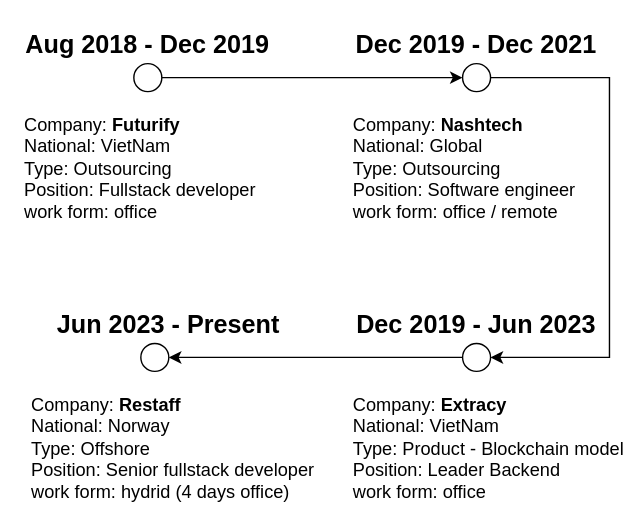
This is src/vertical-work.svg from tranvukietk15/react-portfolio, a draw.io export, as it was before one commit. Source tidied: cells renumbered, new cells last; positions are measured from the earlier drawing's top-left corner, leaving out a move shared by most shapes. The source it was exported from:
```xml
<mxGraphModel>
  <root>
    <mxCell id="0" />
    <mxCell id="1" parent="0" />
    <mxCell id="2" style="edgeStyle=orthogonalEdgeStyle;rounded=0;jettySize=auto;html=1;entryX=0;entryY=0.5;entryDx=0;entryDy=0;" parent="1" edge="1" source="3" target="5">
      <mxGeometry relative="1" as="geometry" />
    </mxCell>
    <mxCell id="3" style="ellipse;whiteSpace=wrap;html=1;" parent="1" vertex="1">
      <mxGeometry x="95" y="30" width="20" height="20" as="geometry" />
    </mxCell>
    <mxCell id="4" style="rounded=0;jettySize=auto;html=1;entryX=1;entryY=0.5;entryDx=0;entryDy=0;" parent="1" edge="1" source="5" target="11">
      <mxGeometry relative="1" as="geometry">
        <Array as="points">
          <mxPoint x="435" y="40" />
          <mxPoint x="435" y="240" />
        </Array>
      </mxGeometry>
    </mxCell>
    <mxCell id="5" style="ellipse;whiteSpace=wrap;html=1;" parent="1" vertex="1">
      <mxGeometry x="330" y="30" width="20" height="20" as="geometry" />
    </mxCell>
    <mxCell id="6" value="&lt;h1 style=&quot;border-color: var(--border-color); text-align: left;&quot;&gt;&lt;font style=&quot;border-color: var(--border-color); font-size: 18px;&quot;&gt;Aug 2018 - Dec 2019&lt;/font&gt;&lt;/h1&gt;" style="text;html=1;strokeColor=none;fillColor=none;align=center;verticalAlign=middle;whiteSpace=wrap;rounded=0;" parent="1" vertex="1">
      <mxGeometry width="210" height="30" as="geometry" />
    </mxCell>
    <mxCell id="7" value="&lt;h1 style=&quot;border-color: var(--border-color); text-align: left;&quot;&gt;&lt;font style=&quot;border-color: var(--border-color); font-size: 18px;&quot;&gt;Dec 2019 - Dec 2021&lt;/font&gt;&lt;/h1&gt;" style="text;html=1;strokeColor=none;fillColor=none;align=center;verticalAlign=middle;whiteSpace=wrap;rounded=0;" parent="1" vertex="1">
      <mxGeometry x="235" width="210" height="30" as="geometry" />
    </mxCell>
    <mxCell id="8" value="&lt;font style=&quot;font-size: 13px;&quot;&gt;&lt;font style=&quot;border-color: var(--border-color); font-size: 13px;&quot;&gt;Company:&amp;nbsp;&lt;b style=&quot;border-color: var(--border-color);&quot;&gt;Futurify&lt;br&gt;&lt;/b&gt;&lt;/font&gt;National: VietNam&lt;br style=&quot;border-color: var(--border-color);&quot;&gt;Type: Outsourcing&lt;br style=&quot;border-color: var(--border-color);&quot;&gt;Position:&amp;nbsp;Fullstack developer&lt;br style=&quot;border-color: var(--border-color);&quot;&gt;&lt;/font&gt;&lt;div style=&quot;font-size: 13px;&quot;&gt;&lt;span style=&quot;background-color: initial;&quot;&gt;&lt;font style=&quot;font-size: 13px;&quot;&gt;work form: office&lt;/font&gt;&lt;/span&gt;&lt;/div&gt;" style="text;html=1;strokeColor=none;fillColor=none;align=left;verticalAlign=middle;whiteSpace=wrap;rounded=0;" parent="1" vertex="1">
      <mxGeometry x="15" y="60" width="180" height="90" as="geometry" />
    </mxCell>
    <mxCell id="9" value="&lt;font style=&quot;font-size: 13px;&quot;&gt;&lt;font style=&quot;border-color: var(--border-color); font-size: 13px;&quot;&gt;Company:&amp;nbsp;&lt;b style=&quot;border-color: var(--border-color);&quot;&gt;Nashtech&lt;br&gt;&lt;/b&gt;&lt;/font&gt;National: Global&lt;br style=&quot;border-color: var(--border-color);&quot;&gt;Type: Outsourcing&lt;br style=&quot;border-color: var(--border-color);&quot;&gt;Position:&amp;nbsp;Software engineer&lt;br style=&quot;border-color: var(--border-color);&quot;&gt;&lt;/font&gt;&lt;div style=&quot;font-size: 13px;&quot;&gt;&lt;span style=&quot;background-color: initial;&quot;&gt;&lt;font style=&quot;font-size: 13px;&quot;&gt;work form: office / remote&lt;/font&gt;&lt;/span&gt;&lt;/div&gt;" style="text;html=1;strokeColor=none;fillColor=none;align=left;verticalAlign=middle;whiteSpace=wrap;rounded=0;" parent="1" vertex="1">
      <mxGeometry x="250" y="60" width="180" height="90" as="geometry" />
    </mxCell>
    <mxCell id="10" style="rounded=0;jettySize=auto;html=1;entryX=1;entryY=0.5;entryDx=0;entryDy=0;" parent="1" edge="1" source="11" target="14">
      <mxGeometry relative="1" as="geometry" />
    </mxCell>
    <mxCell id="11" style="ellipse;whiteSpace=wrap;html=1;" parent="1" vertex="1">
      <mxGeometry x="330" y="230" width="20" height="20" as="geometry" />
    </mxCell>
    <mxCell id="12" value="&lt;h1 style=&quot;border-color: var(--border-color); text-align: left;&quot;&gt;&lt;font style=&quot;border-color: var(--border-color); font-size: 18px;&quot;&gt;Dec 2019 - Jun 2023&lt;/font&gt;&lt;/h1&gt;" style="text;html=1;strokeColor=none;fillColor=none;align=center;verticalAlign=middle;whiteSpace=wrap;rounded=0;" parent="1" vertex="1">
      <mxGeometry x="235" y="200" width="210" height="30" as="geometry" />
    </mxCell>
    <mxCell id="13" value="&lt;font style=&quot;font-size: 13px;&quot;&gt;&lt;font style=&quot;border-color: var(--border-color); font-size: 13px;&quot;&gt;Company:&amp;nbsp;&lt;b style=&quot;border-color: var(--border-color);&quot;&gt;Extracy&lt;br&gt;&lt;/b&gt;&lt;/font&gt;National: VietNam&lt;br style=&quot;border-color: var(--border-color);&quot;&gt;Type: Product - Blockchain model&lt;br style=&quot;border-color: var(--border-color);&quot;&gt;Position:&amp;nbsp;Leader Backend&lt;br style=&quot;border-color: var(--border-color);&quot;&gt;&lt;/font&gt;&lt;div style=&quot;font-size: 13px;&quot;&gt;&lt;span style=&quot;background-color: initial;&quot;&gt;&lt;font style=&quot;font-size: 13px;&quot;&gt;work form: office&lt;/font&gt;&lt;/span&gt;&lt;/div&gt;" style="text;html=1;strokeColor=none;fillColor=none;align=left;verticalAlign=middle;whiteSpace=wrap;rounded=0;" parent="1" vertex="1">
      <mxGeometry x="250" y="260" width="205" height="90" as="geometry" />
    </mxCell>
    <mxCell id="14" style="ellipse;whiteSpace=wrap;html=1;" parent="1" vertex="1">
      <mxGeometry x="100" y="230" width="20" height="20" as="geometry" />
    </mxCell>
    <mxCell id="15" value="&lt;h1 style=&quot;border-color: var(--border-color); text-align: left;&quot;&gt;&lt;font style=&quot;border-color: var(--border-color); font-size: 18px;&quot;&gt;Jun 2023 - Present&lt;/font&gt;&lt;/h1&gt;" style="text;html=1;strokeColor=none;fillColor=none;align=center;verticalAlign=middle;whiteSpace=wrap;rounded=0;" parent="1" vertex="1">
      <mxGeometry x="15" y="200" width="210" height="30" as="geometry" />
    </mxCell>
    <mxCell id="16" value="&lt;font style=&quot;font-size: 13px;&quot;&gt;&lt;font style=&quot;border-color: var(--border-color); font-size: 13px;&quot;&gt;Company:&amp;nbsp;&lt;b style=&quot;border-color: var(--border-color);&quot;&gt;Restaff&lt;br&gt;&lt;/b&gt;&lt;/font&gt;National: Norway&lt;br style=&quot;border-color: var(--border-color);&quot;&gt;Type: Offshore&lt;br style=&quot;border-color: var(--border-color);&quot;&gt;Position:&amp;nbsp;Senior fullstack developer&lt;br style=&quot;border-color: var(--border-color);&quot;&gt;&lt;/font&gt;&lt;div style=&quot;font-size: 13px;&quot;&gt;&lt;span style=&quot;background-color: initial;&quot;&gt;&lt;font style=&quot;font-size: 13px;&quot;&gt;work form: hydrid (4 days office)&lt;/font&gt;&lt;/span&gt;&lt;/div&gt;" style="text;html=1;strokeColor=none;fillColor=none;align=left;verticalAlign=middle;whiteSpace=wrap;rounded=0;" parent="1" vertex="1">
      <mxGeometry x="20" y="260" width="210" height="90" as="geometry" />
    </mxCell>
  </root>
</mxGraphModel>
```
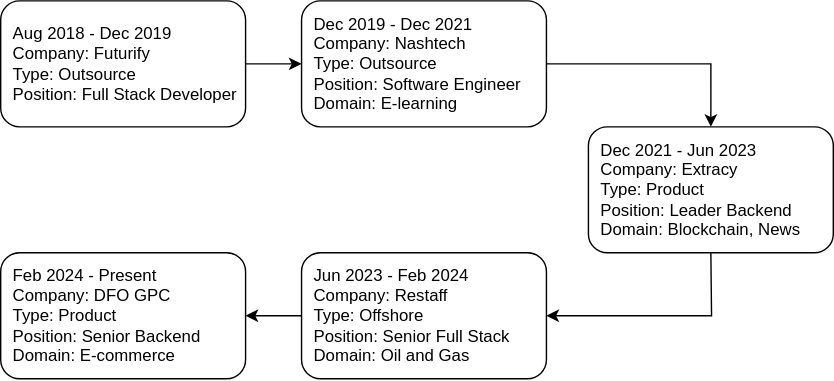
The same diagram one commit later.

The edit, as a diff of the source:
```diff
@@ -2,55 +2,36 @@
   <root>
     <mxCell id="0" />
     <mxCell id="1" parent="0" />
-    <mxCell id="2" style="edgeStyle=orthogonalEdgeStyle;rounded=0;jettySize=auto;html=1;entryX=0;entryY=0.5;entryDx=0;entryDy=0;" parent="1" edge="1" source="3" target="5">
-      <mxGeometry relative="1" as="geometry" />
-    </mxCell>
-    <mxCell id="3" style="ellipse;whiteSpace=wrap;html=1;" parent="1" vertex="1">
-      <mxGeometry x="95" y="30" width="20" height="20" as="geometry" />
-    </mxCell>
-    <mxCell id="4" style="rounded=0;jettySize=auto;html=1;entryX=1;entryY=0.5;entryDx=0;entryDy=0;" parent="1" edge="1" source="5" target="11">
-      <mxGeometry relative="1" as="geometry">
-        <Array as="points">
-          <mxPoint x="435" y="40" />
-          <mxPoint x="435" y="240" />
-        </Array>
-      </mxGeometry>
-    </mxCell>
-    <mxCell id="5" style="ellipse;whiteSpace=wrap;html=1;" parent="1" vertex="1">
-      <mxGeometry x="330" y="30" width="20" height="20" as="geometry" />
-    </mxCell>
-    <mxCell id="6" value="&lt;h1 style=&quot;border-color: var(--border-color); text-align: left;&quot;&gt;&lt;font style=&quot;border-color: var(--border-color); font-size: 18px;&quot;&gt;Aug 2018 - Dec 2019&lt;/font&gt;&lt;/h1&gt;" style="text;html=1;strokeColor=none;fillColor=none;align=center;verticalAlign=middle;whiteSpace=wrap;rounded=0;" parent="1" vertex="1">
-      <mxGeometry width="210" height="30" as="geometry" />
-    </mxCell>
-    <mxCell id="7" value="&lt;h1 style=&quot;border-color: var(--border-color); text-align: left;&quot;&gt;&lt;font style=&quot;border-color: var(--border-color); font-size: 18px;&quot;&gt;Dec 2019 - Dec 2021&lt;/font&gt;&lt;/h1&gt;" style="text;html=1;strokeColor=none;fillColor=none;align=center;verticalAlign=middle;whiteSpace=wrap;rounded=0;" parent="1" vertex="1">
-      <mxGeometry x="235" width="210" height="30" as="geometry" />
-    </mxCell>
-    <mxCell id="8" value="&lt;font style=&quot;font-size: 13px;&quot;&gt;&lt;font style=&quot;border-color: var(--border-color); font-size: 13px;&quot;&gt;Company:&amp;nbsp;&lt;b style=&quot;border-color: var(--border-color);&quot;&gt;Futurify&lt;br&gt;&lt;/b&gt;&lt;/font&gt;National: VietNam&lt;br style=&quot;border-color: var(--border-color);&quot;&gt;Type: Outsourcing&lt;br style=&quot;border-color: var(--border-color);&quot;&gt;Position:&amp;nbsp;Fullstack developer&lt;br style=&quot;border-color: var(--border-color);&quot;&gt;&lt;/font&gt;&lt;div style=&quot;font-size: 13px;&quot;&gt;&lt;span style=&quot;background-color: initial;&quot;&gt;&lt;font style=&quot;font-size: 13px;&quot;&gt;work form: office&lt;/font&gt;&lt;/span&gt;&lt;/div&gt;" style="text;html=1;strokeColor=none;fillColor=none;align=left;verticalAlign=middle;whiteSpace=wrap;rounded=0;" parent="1" vertex="1">
-      <mxGeometry x="15" y="60" width="180" height="90" as="geometry" />
-    </mxCell>
-    <mxCell id="9" value="&lt;font style=&quot;font-size: 13px;&quot;&gt;&lt;font style=&quot;border-color: var(--border-color); font-size: 13px;&quot;&gt;Company:&amp;nbsp;&lt;b style=&quot;border-color: var(--border-color);&quot;&gt;Nashtech&lt;br&gt;&lt;/b&gt;&lt;/font&gt;National: Global&lt;br style=&quot;border-color: var(--border-color);&quot;&gt;Type: Outsourcing&lt;br style=&quot;border-color: var(--border-color);&quot;&gt;Position:&amp;nbsp;Software engineer&lt;br style=&quot;border-color: var(--border-color);&quot;&gt;&lt;/font&gt;&lt;div style=&quot;font-size: 13px;&quot;&gt;&lt;span style=&quot;background-color: initial;&quot;&gt;&lt;font style=&quot;font-size: 13px;&quot;&gt;work form: office / remote&lt;/font&gt;&lt;/span&gt;&lt;/div&gt;" style="text;html=1;strokeColor=none;fillColor=none;align=left;verticalAlign=middle;whiteSpace=wrap;rounded=0;" parent="1" vertex="1">
-      <mxGeometry x="250" y="60" width="180" height="90" as="geometry" />
-    </mxCell>
-    <mxCell id="10" style="rounded=0;jettySize=auto;html=1;entryX=1;entryY=0.5;entryDx=0;entryDy=0;" parent="1" edge="1" source="11" target="14">
-      <mxGeometry relative="1" as="geometry" />
-    </mxCell>
-    <mxCell id="11" style="ellipse;whiteSpace=wrap;html=1;" parent="1" vertex="1">
-      <mxGeometry x="330" y="230" width="20" height="20" as="geometry" />
-    </mxCell>
-    <mxCell id="12" value="&lt;h1 style=&quot;border-color: var(--border-color); text-align: left;&quot;&gt;&lt;font style=&quot;border-color: var(--border-color); font-size: 18px;&quot;&gt;Dec 2019 - Jun 2023&lt;/font&gt;&lt;/h1&gt;" style="text;html=1;strokeColor=none;fillColor=none;align=center;verticalAlign=middle;whiteSpace=wrap;rounded=0;" parent="1" vertex="1">
-      <mxGeometry x="235" y="200" width="210" height="30" as="geometry" />
-    </mxCell>
-    <mxCell id="13" value="&lt;font style=&quot;font-size: 13px;&quot;&gt;&lt;font style=&quot;border-color: var(--border-color); font-size: 13px;&quot;&gt;Company:&amp;nbsp;&lt;b style=&quot;border-color: var(--border-color);&quot;&gt;Extracy&lt;br&gt;&lt;/b&gt;&lt;/font&gt;National: VietNam&lt;br style=&quot;border-color: var(--border-color);&quot;&gt;Type: Product - Blockchain model&lt;br style=&quot;border-color: var(--border-color);&quot;&gt;Position:&amp;nbsp;Leader Backend&lt;br style=&quot;border-color: var(--border-color);&quot;&gt;&lt;/font&gt;&lt;div style=&quot;font-size: 13px;&quot;&gt;&lt;span style=&quot;background-color: initial;&quot;&gt;&lt;font style=&quot;font-size: 13px;&quot;&gt;work form: office&lt;/font&gt;&lt;/span&gt;&lt;/div&gt;" style="text;html=1;strokeColor=none;fillColor=none;align=left;verticalAlign=middle;whiteSpace=wrap;rounded=0;" parent="1" vertex="1">
-      <mxGeometry x="250" y="260" width="205" height="90" as="geometry" />
-    </mxCell>
-    <mxCell id="14" style="ellipse;whiteSpace=wrap;html=1;" parent="1" vertex="1">
-      <mxGeometry x="100" y="230" width="20" height="20" as="geometry" />
-    </mxCell>
-    <mxCell id="15" value="&lt;h1 style=&quot;border-color: var(--border-color); text-align: left;&quot;&gt;&lt;font style=&quot;border-color: var(--border-color); font-size: 18px;&quot;&gt;Jun 2023 - Present&lt;/font&gt;&lt;/h1&gt;" style="text;html=1;strokeColor=none;fillColor=none;align=center;verticalAlign=middle;whiteSpace=wrap;rounded=0;" parent="1" vertex="1">
-      <mxGeometry x="15" y="200" width="210" height="30" as="geometry" />
-    </mxCell>
-    <mxCell id="16" value="&lt;font style=&quot;font-size: 13px;&quot;&gt;&lt;font style=&quot;border-color: var(--border-color); font-size: 13px;&quot;&gt;Company:&amp;nbsp;&lt;b style=&quot;border-color: var(--border-color);&quot;&gt;Restaff&lt;br&gt;&lt;/b&gt;&lt;/font&gt;National: Norway&lt;br style=&quot;border-color: var(--border-color);&quot;&gt;Type: Offshore&lt;br style=&quot;border-color: var(--border-color);&quot;&gt;Position:&amp;nbsp;Senior fullstack developer&lt;br style=&quot;border-color: var(--border-color);&quot;&gt;&lt;/font&gt;&lt;div style=&quot;font-size: 13px;&quot;&gt;&lt;span style=&quot;background-color: initial;&quot;&gt;&lt;font style=&quot;font-size: 13px;&quot;&gt;work form: hydrid (4 days office)&lt;/font&gt;&lt;/span&gt;&lt;/div&gt;" style="text;html=1;strokeColor=none;fillColor=none;align=left;verticalAlign=middle;whiteSpace=wrap;rounded=0;" parent="1" vertex="1">
-      <mxGeometry x="20" y="260" width="210" height="90" as="geometry" />
-    </mxCell>
+    <mxCell id="17" style="edgeStyle=orthogonalEdgeStyle;rounded=0;jettySize=auto;html=1;" parent="1" edge="1" source="18" target="20">
+      <mxGeometry relative="1" as="geometry" />
+    </mxCell>
+    <mxCell id="18" value="&lt;div style=&quot;text-align: justify;&quot;&gt;&lt;span style=&quot;background-color: initial;&quot;&gt;Aug 2018 - Dec 2019&lt;/span&gt;&lt;/div&gt;&lt;div style=&quot;text-align: justify;&quot;&gt;Company: Futurify&lt;/div&gt;&lt;div style=&quot;text-align: justify;&quot;&gt;Type: Outsource&lt;/div&gt;&lt;div style=&quot;text-align: justify;&quot;&gt;Position: Full Stack Developer&lt;/div&gt;" style="rounded=1;whiteSpace=wrap;html=1;align=left;spacingLeft=7;" parent="1" vertex="1">
+      <mxGeometry x="115" y="130" width="175" height="90" as="geometry" />
+    </mxCell>
+    <mxCell id="19" style="edgeStyle=orthogonalEdgeStyle;rounded=0;jettySize=auto;html=1;entryX=0.5;entryY=0;entryDx=0;entryDy=0;" parent="1" edge="1" source="20" target="21">
+      <mxGeometry relative="1" as="geometry" />
+    </mxCell>
+    <mxCell id="20" value="Dec 2019 - Dec 2021&lt;div&gt;Company: Nashtech&lt;/div&gt;&lt;div&gt;Type: Outsource&lt;/div&gt;&lt;div&gt;Position:&amp;nbsp;&lt;span style=&quot;background-color: initial;&quot;&gt;Software Engineer&lt;/span&gt;&lt;/div&gt;&lt;div&gt;&lt;span style=&quot;background-color: initial;&quot;&gt;Domain: E-learning&lt;/span&gt;&lt;/div&gt;" style="rounded=1;whiteSpace=wrap;html=1;align=left;spacingLeft=7;" parent="1" vertex="1">
+      <mxGeometry x="330" y="130" width="175" height="90" as="geometry" />
+    </mxCell>
+    <mxCell id="21" value="Dec 2021 - Jun 2023&lt;div&gt;Company: Extracy&lt;/div&gt;&lt;div&gt;Type: Product&lt;/div&gt;&lt;div&gt;Position:&amp;nbsp;&lt;span style=&quot;background-color: initial;&quot;&gt;Leader Backend&lt;/span&gt;&lt;/div&gt;&lt;div&gt;&lt;span style=&quot;background-color: initial;&quot;&gt;Domain: Blockchain, News&lt;/span&gt;&lt;/div&gt;" style="rounded=1;whiteSpace=wrap;html=1;align=left;spacingLeft=7;" parent="1" vertex="1">
+      <mxGeometry x="535" y="220" width="175" height="90" as="geometry" />
+    </mxCell>
+    <mxCell id="22" style="edgeStyle=orthogonalEdgeStyle;rounded=0;jettySize=auto;html=1;" parent="1" edge="1" source="23" target="24">
+      <mxGeometry relative="1" as="geometry" />
+    </mxCell>
+    <mxCell id="23" value="Jun 2023 - Feb 2024&lt;div&gt;Company: Restaff&lt;/div&gt;&lt;div&gt;Type: Offshore&lt;/div&gt;&lt;div&gt;Position:&amp;nbsp;&lt;span style=&quot;background-color: initial;&quot;&gt;Senior Full Stack&lt;/span&gt;&lt;/div&gt;&lt;div&gt;&lt;span style=&quot;background-color: initial;&quot;&gt;Domain: Oil and Gas&lt;/span&gt;&lt;span style=&quot;color: rgba(0, 0, 0, 0); font-family: monospace; font-size: 0px; text-wrap: nowrap; background-color: initial;&quot;&gt;%3CmxGraphModel%3E%3Croot%3E%3CmxCell%20id%3D%220%22%2F%3E%3CmxCell%20id%3D%221%22%20parent%3D%220%22%2F%3E%3CmxCell%20id%3D%222%22%20value%3D%22Dec%202021%20-%20Jun%202023%26lt%3Bdiv%26gt%3BCompany%3A%20Extracy%26lt%3B%2Fdiv%26gt%3B%26lt%3Bdiv%26gt%3BType%3A%20Product%26lt%3B%2Fdiv%26gt%3B%26lt%3Bdiv%26gt%3BPosition%3A%26amp%3Bnbsp%3B%26lt%3Bspan%20style%3D%26quot%3Bbackground-color%3A%20initial%3B%26quot%3B%26gt%3BLeader%20Backend%26lt%3B%2Fspan%26gt%3B%26lt%3B%2Fdiv%26gt%3B%26lt%3Bdiv%26gt%3B%26lt%3Bspan%20style%3D%26quot%3Bbackground-color%3A%20initial%3B%26quot%3B%26gt%3BDomain%3A%20Blockchain%2C%20News%26lt%3B%2Fspan%26gt%3B%26lt%3B%2Fdiv%26gt%3B%22%20style%3D%22rounded%3D1%3BwhiteSpace%3Dwrap%3Bhtml%3D1%3Balign%3Dleft%3BspacingLeft%3D10%3B%22%20vertex%3D%221%22%20parent%3D%221%22%3E%3CmxGeometry%20x%3D%22560%22%20y%3D%22160%22%20width%3D%22200%22%20height%3D%2290%22%20as%3D%22geometry%22%2F%3E%3C%2FmxCell%3E%3C%2Froot%3E%3C%2FmxGraphModel%3E&lt;/span&gt;&lt;/div&gt;" style="rounded=1;whiteSpace=wrap;html=1;align=left;spacingLeft=7;" parent="1" vertex="1">
+      <mxGeometry x="330" y="310" width="175" height="90" as="geometry" />
+    </mxCell>
+    <mxCell id="24" value="Feb 2024 - Present&lt;div&gt;Company: DFO GPC&lt;/div&gt;&lt;div&gt;Type: Product&lt;/div&gt;&lt;div&gt;Position:&amp;nbsp;&lt;span style=&quot;background-color: initial;&quot;&gt;Senior Backend&lt;/span&gt;&lt;/div&gt;&lt;div&gt;&lt;span style=&quot;background-color: initial;&quot;&gt;Domain: E-commerce&lt;/span&gt;&lt;/div&gt;" style="rounded=1;whiteSpace=wrap;html=1;align=left;spacingLeft=7;" parent="1" vertex="1">
+      <mxGeometry x="115" y="310" width="175" height="90" as="geometry" />
+    </mxCell>
+    <mxCell id="25" style="endArrow=classic;html=1;rounded=0;exitX=0.5;exitY=1;exitDx=0;exitDy=0;entryX=1;entryY=0.5;entryDx=0;entryDy=0;" parent="1" edge="1" source="21" target="23">
+      <mxGeometry relative="1" as="geometry">
+        <Array as="points">
+          <mxPoint x="623" y="355" />
+        </Array>
+      </mxGeometry>
+    </mxCell>
   </root>
 </mxGraphModel>
```
